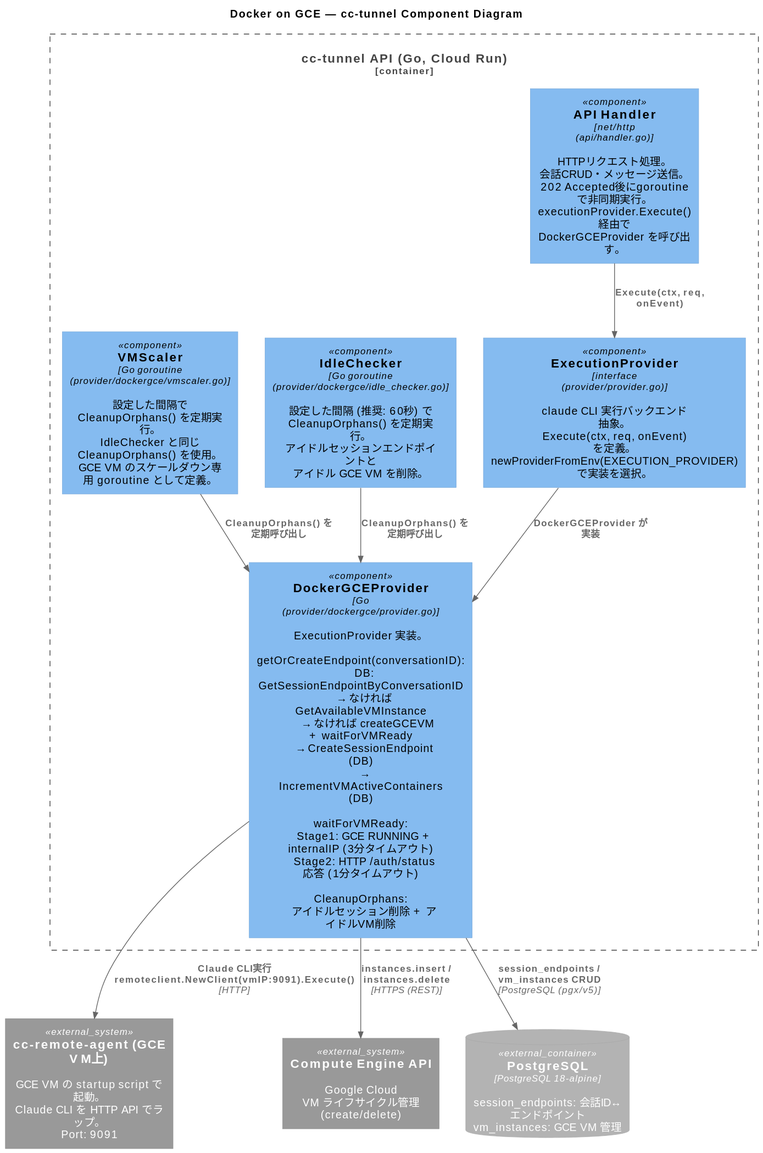
Earlier version of the PlantUML export docs/plantuml/out/docker_gce_component.svg (pollenjp/cc-tunnel).
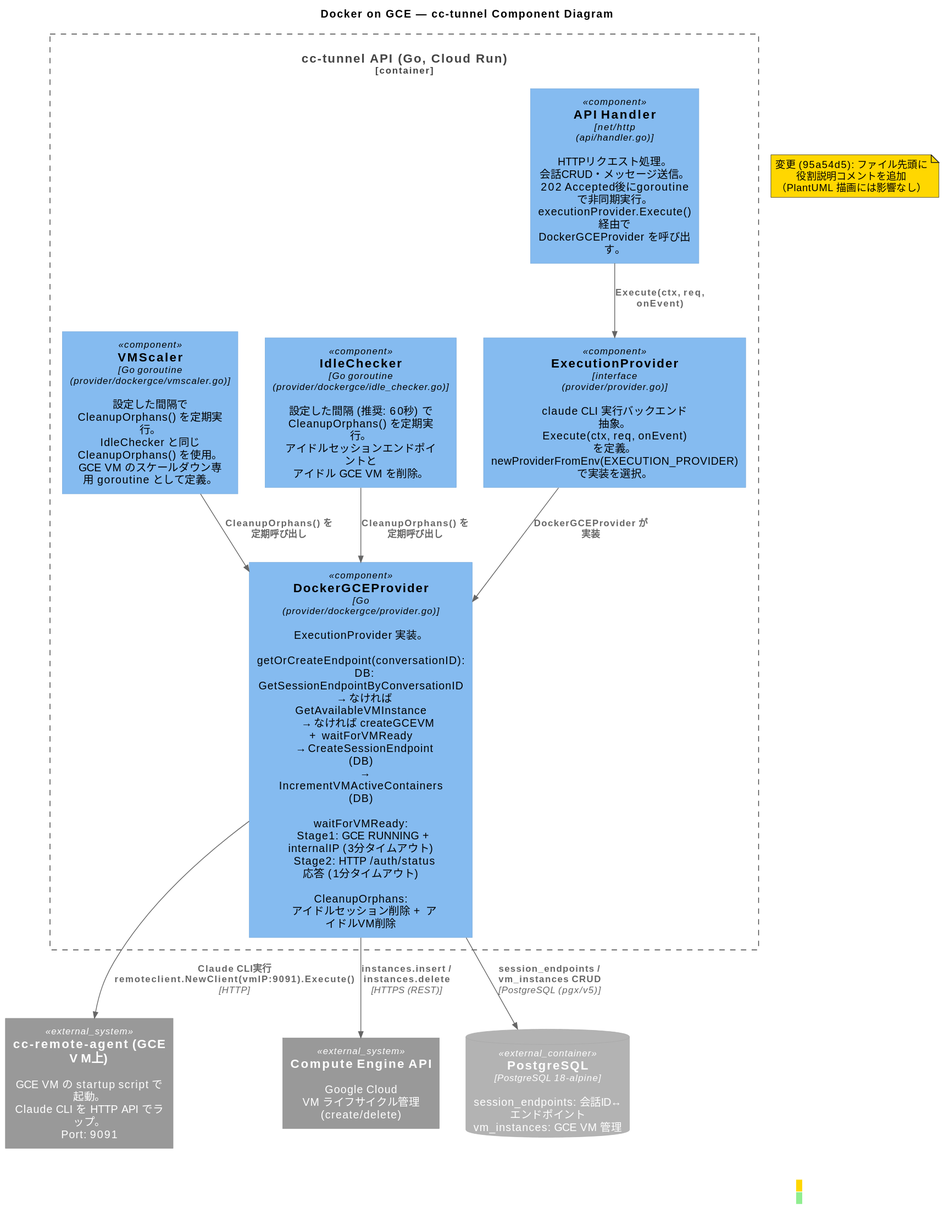
Above is the later version.

Diff of the diagram source:
```diff
@@ -26,4 +26,15 @@
 Rel(dgce_provider, db, "session_endpoints / vm_instances CRUD", "PostgreSQL (pgx/v5)")
 Rel(idle_checker, dgce_provider, "CleanupOrphans() を定期呼び出し")
 Rel(vmscaler, dgce_provider, "CleanupOrphans() を定期呼び出し")
+
+note as change_note #FFD700
+  変更 (95a54d5): ファイル先頭に役割説明コメントを追加
+  （PlantUML 描画には影響なし）
+end note
+
+legend right
+  **凡例 (基準コミット: 95a54d5)**
+  |<#FFD700>  | 変更された要素 |
+  |<#90EE90>  | 新規追加の要素 |
+endlegend
 @enduml
```
